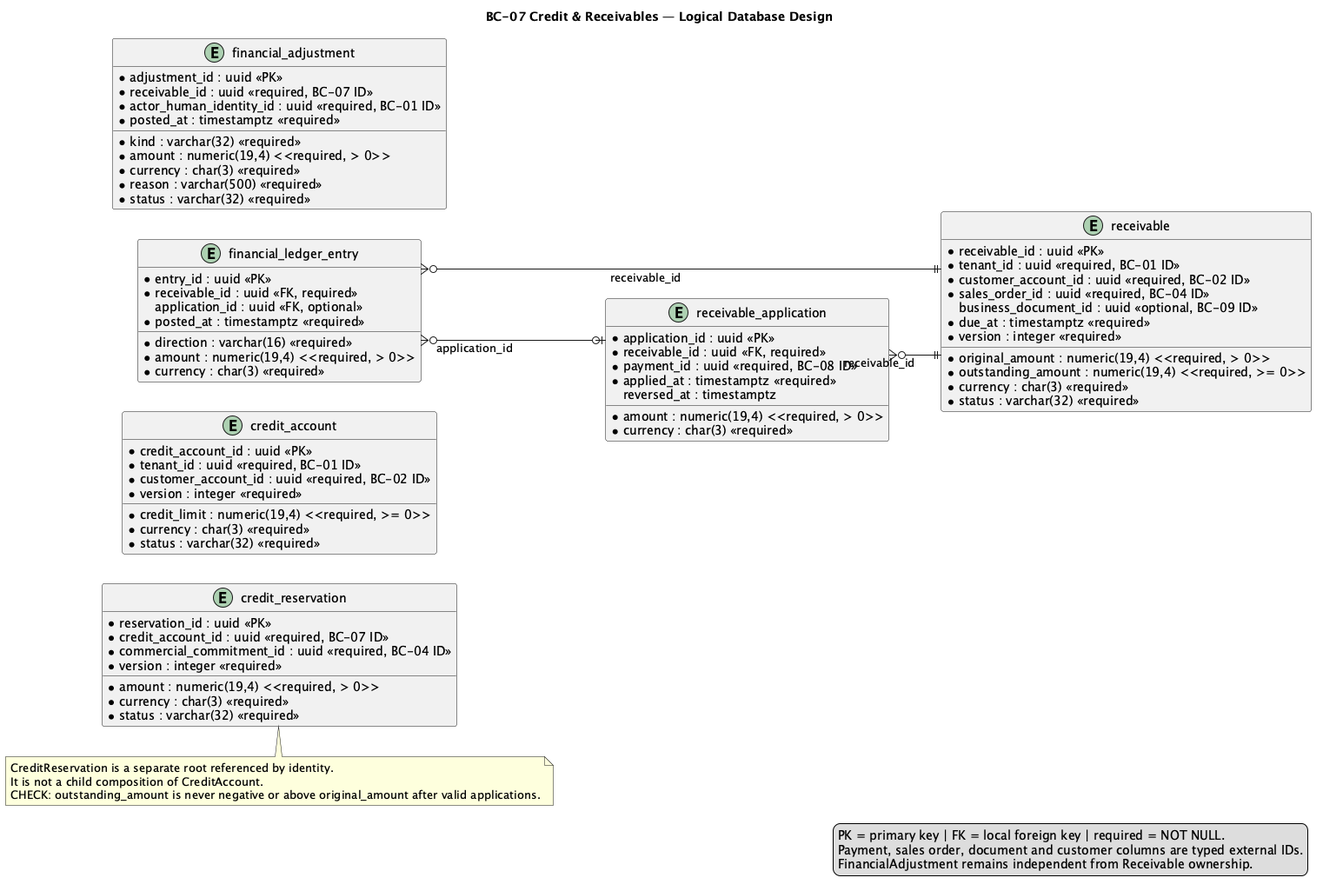
The PlantUML diagram report/assets/chapter-2/tactical/BC-07/database-diagram.png in nexa-suite/mobile-report, before a commit. The source it was exported from:
```plantuml
@startuml
title BC-07 Credit & Receivables — Logical Database Design
left to right direction
skinparam shadowing false
skinparam linetype ortho
skinparam entity {
  BackgroundColor #F8FAFC
  BorderColor #334155
  FontColor #0F172A
}

entity "credit_account" as credit_account {
  * credit_account_id : uuid <<PK>>
  * tenant_id : uuid <<required, BC-01 ID>>
  * customer_account_id : uuid <<required, BC-02 ID>>
  * credit_limit : numeric(19,4) <<required, >= 0>>
  * currency : char(3) <<required>>
  * status : varchar(32) <<required>>
  * version : integer <<required>>
}

entity "credit_reservation" as credit_reservation {
  * reservation_id : uuid <<PK>>
  * credit_account_id : uuid <<required, BC-07 ID>>
  * commercial_commitment_id : uuid <<required, BC-04 ID>>
  * amount : numeric(19,4) <<required, > 0>>
  * currency : char(3) <<required>>
  * status : varchar(32) <<required>>
  * version : integer <<required>>
}

entity "receivable" as receivable {
  * receivable_id : uuid <<PK>>
  * tenant_id : uuid <<required, BC-01 ID>>
  * customer_account_id : uuid <<required, BC-02 ID>>
  * sales_order_id : uuid <<required, BC-04 ID>>
    business_document_id : uuid <<optional, BC-09 ID>>
  * original_amount : numeric(19,4) <<required, > 0>>
  * outstanding_amount : numeric(19,4) <<required, >= 0>>
  * currency : char(3) <<required>>
  * due_at : timestamptz <<required>>
  * status : varchar(32) <<required>>
  * version : integer <<required>>
}

entity "receivable_application" as receivable_application {
  * application_id : uuid <<PK>>
  * receivable_id : uuid <<FK, required>>
  * payment_id : uuid <<required, BC-08 ID>>
  * amount : numeric(19,4) <<required, > 0>>
  * currency : char(3) <<required>>
  * applied_at : timestamptz <<required>>
    reversed_at : timestamptz
}

entity "financial_ledger_entry" as financial_ledger_entry {
  * entry_id : uuid <<PK>>
  * receivable_id : uuid <<FK, required>>
    application_id : uuid <<FK, optional>>
  * direction : varchar(16) <<required>>
  * amount : numeric(19,4) <<required, > 0>>
  * currency : char(3) <<required>>
  * posted_at : timestamptz <<required>>
}

entity "financial_adjustment" as financial_adjustment {
  * adjustment_id : uuid <<PK>>
  * receivable_id : uuid <<required, BC-07 ID>>
  * kind : varchar(32) <<required>>
  * amount : numeric(19,4) <<required, > 0>>
  * currency : char(3) <<required>>
  * reason : varchar(500) <<required>>
  * status : varchar(32) <<required>>
  * actor_human_identity_id : uuid <<required, BC-01 ID>>
  * posted_at : timestamptz <<required>>
}

receivable_application }o--|| receivable : receivable_id
financial_ledger_entry }o--|| receivable : receivable_id
financial_ledger_entry }o--o| receivable_application : application_id

note bottom of credit_reservation
CreditReservation is a separate root referenced by identity.
It is not a child composition of CreditAccount.
CHECK: outstanding_amount is never negative or above original_amount after valid applications.
end note

legend right
PK = primary key | FK = local foreign key | required = NOT NULL.
Payment, sales order, document and customer columns are typed external IDs.
FinancialAdjustment remains independent from Receivable ownership.
endlegend
@enduml
```
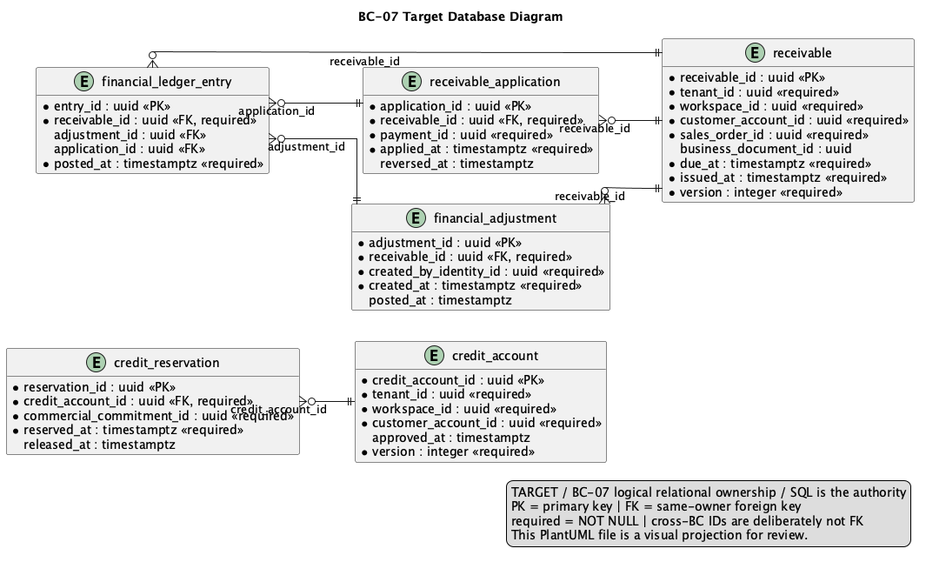
The same file after the commit.

Diff of the diagram source:
```diff
@@ -1,6 +1,7 @@
 @startuml
-title BC-07 Credit & Receivables — Logical Database Design
+title BC-07 Target Database Diagram
 left to right direction
+hide methods
 skinparam shadowing false
 skinparam linetype ortho
 skinparam entity {
@@ -9,85 +10,90 @@
   FontColor #0F172A
 }
 
-entity "credit_account" as credit_account {
+entity "credit_account" as t_credit_account {
   * credit_account_id : uuid <<PK>>
-  * tenant_id : uuid <<required, BC-01 ID>>
-  * customer_account_id : uuid <<required, BC-02 ID>>
-  * credit_limit : numeric(19,4) <<required, >= 0>>
+  * tenant_id : uuid <<required>>
+  * workspace_id : uuid <<required>>
+  * customer_account_id : uuid <<required>>
+  * credit_limit : numeric(19,4) <<required>>
   * currency : char(3) <<required>>
   * status : varchar(32) <<required>>
+    approved_at : timestamptz
   * version : integer <<required>>
 }
 
-entity "credit_reservation" as credit_reservation {
+entity "credit_reservation" as t_credit_reservation {
   * reservation_id : uuid <<PK>>
-  * credit_account_id : uuid <<required, BC-07 ID>>
-  * commercial_commitment_id : uuid <<required, BC-04 ID>>
-  * amount : numeric(19,4) <<required, > 0>>
+  * credit_account_id : uuid <<FK, required>>
+  * commercial_commitment_id : uuid <<required>>
+  * amount : numeric(19,4) <<required>>
   * currency : char(3) <<required>>
   * status : varchar(32) <<required>>
+  * reserved_at : timestamptz <<required>>
+    released_at : timestamptz
+}
+
+entity "receivable" as t_receivable {
+  * receivable_id : uuid <<PK>>
+  * tenant_id : uuid <<required>>
+  * workspace_id : uuid <<required>>
+  * customer_account_id : uuid <<required>>
+  * sales_order_id : uuid <<required>>
+    business_document_id : uuid
+  * original_amount : numeric(19,4) <<required>>
+  * outstanding_amount : numeric(19,4) <<required>>
+  * currency : char(3) <<required>>
+  * due_at : timestamptz <<required>>
+  * status : varchar(32) <<required>>
+  * issued_at : timestamptz <<required>>
   * version : integer <<required>>
 }
 
-entity "receivable" as receivable {
-  * receivable_id : uuid <<PK>>
-  * tenant_id : uuid <<required, BC-01 ID>>
-  * customer_account_id : uuid <<required, BC-02 ID>>
-  * sales_order_id : uuid <<required, BC-04 ID>>
-    business_document_id : uuid <<optional, BC-09 ID>>
-  * original_amount : numeric(19,4) <<required, > 0>>
-  * outstanding_amount : numeric(19,4) <<required, >= 0>>
-  * currency : char(3) <<required>>
-  * due_at : timestamptz <<required>>
-  * status : varchar(32) <<required>>
-  * version : integer <<required>>
-}
-
-entity "receivable_application" as receivable_application {
+entity "receivable_application" as t_receivable_application {
   * application_id : uuid <<PK>>
   * receivable_id : uuid <<FK, required>>
-  * payment_id : uuid <<required, BC-08 ID>>
-  * amount : numeric(19,4) <<required, > 0>>
+  * payment_id : uuid <<required>>
+  * amount : numeric(19,4) <<required>>
   * currency : char(3) <<required>>
   * applied_at : timestamptz <<required>>
     reversed_at : timestamptz
 }
 
-entity "financial_ledger_entry" as financial_ledger_entry {
+entity "financial_adjustment" as t_financial_adjustment {
+  * adjustment_id : uuid <<PK>>
+  * receivable_id : uuid <<FK, required>>
+  * kind : varchar(32) <<required>>
+  * amount : numeric(19,4) <<required>>
+  * currency : char(3) <<required>>
+  * reason : varchar(500) <<required>>
+  * status : varchar(32) <<required>>
+  * created_by_identity_id : uuid <<required>>
+  * created_at : timestamptz <<required>>
+    posted_at : timestamptz
+}
+
+entity "financial_ledger_entry" as t_financial_ledger_entry {
   * entry_id : uuid <<PK>>
   * receivable_id : uuid <<FK, required>>
-    application_id : uuid <<FK, optional>>
+    adjustment_id : uuid <<FK>>
+    application_id : uuid <<FK>>
   * direction : varchar(16) <<required>>
-  * amount : numeric(19,4) <<required, > 0>>
+  * amount : numeric(19,4) <<required>>
   * currency : char(3) <<required>>
   * posted_at : timestamptz <<required>>
 }
 
-entity "financial_adjustment" as financial_adjustment {
-  * adjustment_id : uuid <<PK>>
-  * receivable_id : uuid <<required, BC-07 ID>>
-  * kind : varchar(32) <<required>>
-  * amount : numeric(19,4) <<required, > 0>>
-  * currency : char(3) <<required>>
-  * reason : varchar(500) <<required>>
-  * status : varchar(32) <<required>>
-  * actor_human_identity_id : uuid <<required, BC-01 ID>>
-  * posted_at : timestamptz <<required>>
-}
-
-receivable_application }o--|| receivable : receivable_id
-financial_ledger_entry }o--|| receivable : receivable_id
-financial_ledger_entry }o--o| receivable_application : application_id
-
-note bottom of credit_reservation
-CreditReservation is a separate root referenced by identity.
-It is not a child composition of CreditAccount.
-CHECK: outstanding_amount is never negative or above original_amount after valid applications.
-end note
+t_credit_reservation }o--|| t_credit_account : credit_account_id
+t_receivable_application }o--|| t_receivable : receivable_id
+t_financial_adjustment }o--|| t_receivable : receivable_id
+t_financial_ledger_entry }o--|| t_receivable : receivable_id
+t_financial_ledger_entry }o--|| t_financial_adjustment : adjustment_id
+t_financial_ledger_entry }o--|| t_receivable_application : application_id
 
 legend right
-PK = primary key | FK = local foreign key | required = NOT NULL.
-Payment, sales order, document and customer columns are typed external IDs.
-FinancialAdjustment remains independent from Receivable ownership.
+TARGET / BC-07 logical relational ownership / SQL is the authority
+PK = primary key | FK = same-owner foreign key
+required = NOT NULL | cross-BC IDs are deliberately not FK
+This PlantUML file is a visual projection for review.
 endlegend
 @enduml
```
